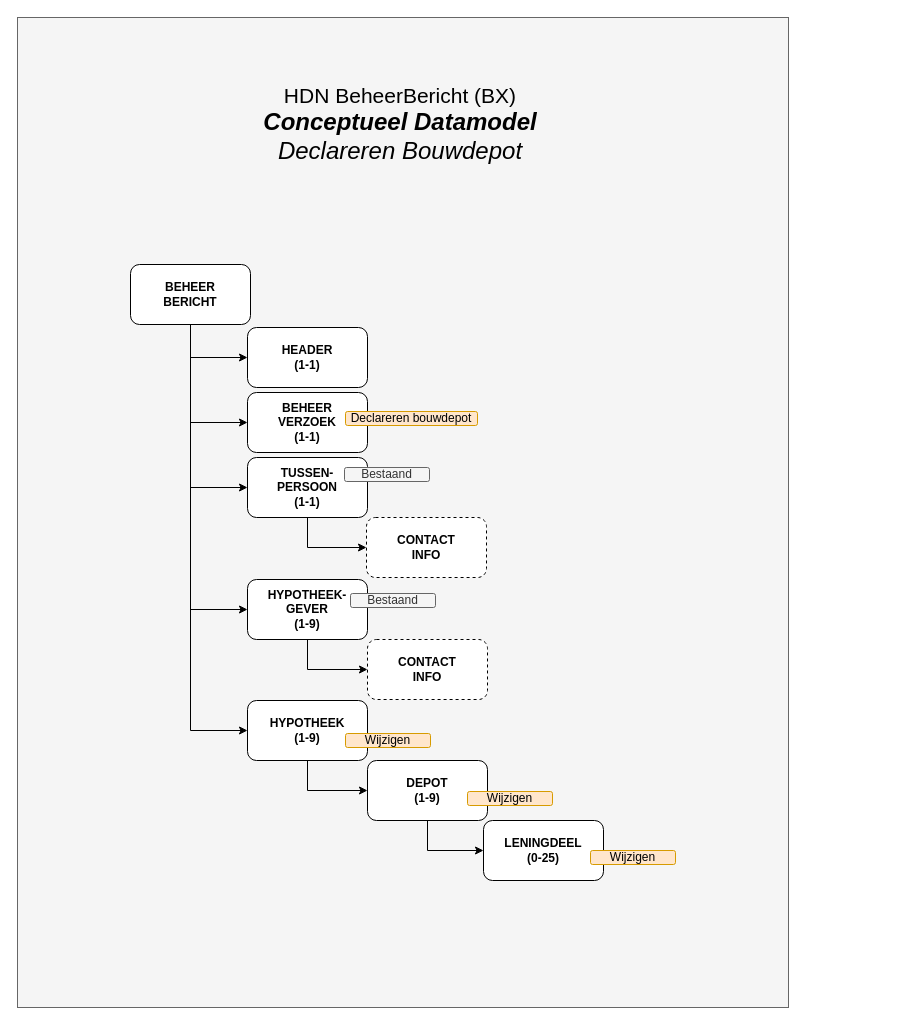
Earlier version of the draw.io diagram page "DataModel DB" (1 of 4) of HDN_BX_MM_BouwdepotDeclaratie.drawio (luchthandel/diagrams). Source tidied: cells renumbered, new cells numbered last; positions are measured from the earlier drawing's top-left corner, leaving out a move shared by most shapes. Both pictures are drawn from the tidied source at 100%, with x=0, y=0 at pixel (17, 17).
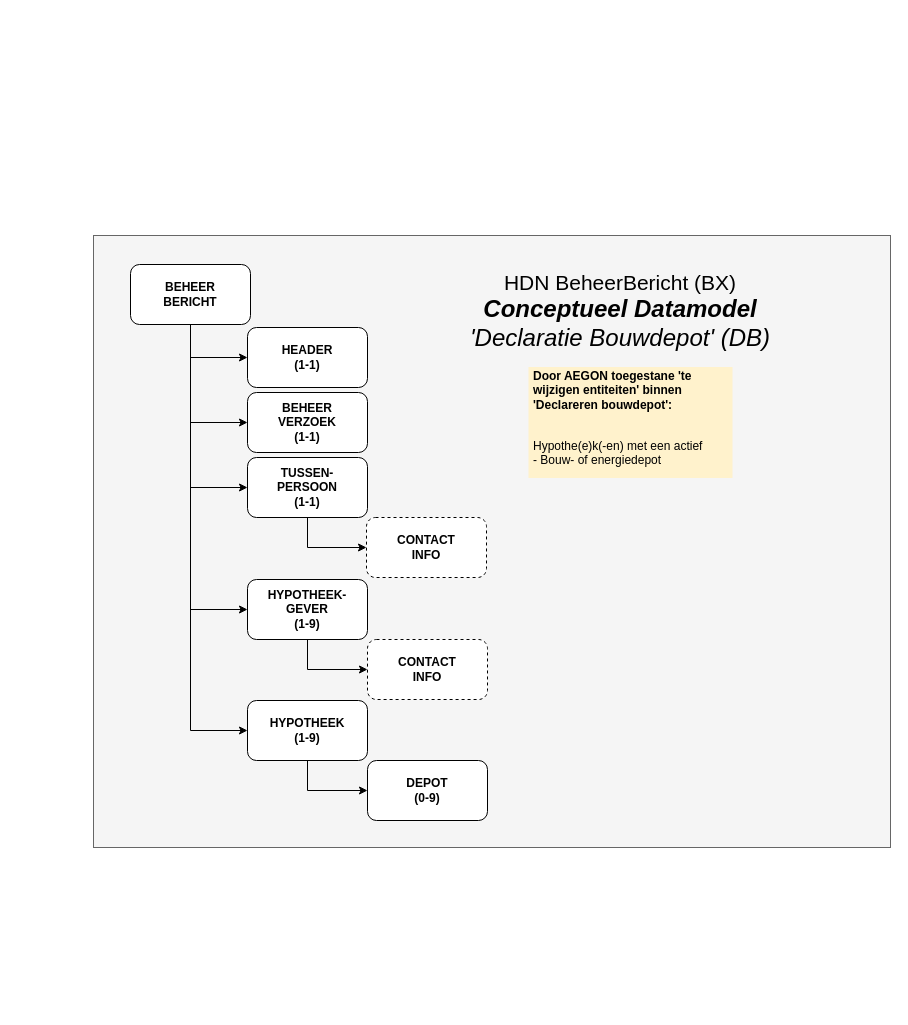
After the change.

What changed in the source:
```diff
@@
-    <mxCell id="2" style="rounded=0;whiteSpace=wrap;html=1;fillColor=#f5f5f5;strokeColor=#666666;fontColor=#333333;labelBackgroundColor=none;" parent="1" vertex="1">
-      <mxGeometry width="771" height="990" as="geometry" />
-    </mxCell>
-    <mxCell id="3" style="edgeStyle=orthogonalEdgeStyle;rounded=0;jettySize=auto;html=1;exitX=0.5;exitY=1;exitDx=0;exitDy=0;entryX=0;entryY=0.5;entryDx=0;entryDy=0;" parent="1" edge="1" source="4" target="5">
-      <mxGeometry relative="1" as="geometry" />
-    </mxCell>
+    <mxCell id="29" style="rounded=0;whiteSpace=wrap;html=1;fillColor=#f5f5f5;strokeColor=#666666;fontColor=#333333;labelBackgroundColor=none;" parent="1" vertex="1">
+      <mxGeometry x="76" y="218" width="797" height="612" as="geometry" />
+    </mxCell>
-    <mxCell id="4" value="DEPOT&lt;br&gt;(1-9)" style="rounded=1;whiteSpace=wrap;html=1;fontStyle=1;" parent="1" vertex="1">
+    <mxCell id="4" value="DEPOT&lt;br&gt;(0-9)" style="rounded=1;whiteSpace=wrap;html=1;fontStyle=1;" parent="1" vertex="1">
       <mxGeometry x="350" y="743" width="120" height="60" as="geometry" />
     </mxCell>
-    <mxCell id="5" value="LENINGDEEL&lt;br&gt;(0-25)" style="rounded=1;whiteSpace=wrap;html=1;fontStyle=1;" parent="1" vertex="1">
-      <mxGeometry x="466" y="803" width="120" height="60" as="geometry" />
-    </mxCell>
@@
-    <mxCell id="20" value="&lt;span style=&quot;font-weight: 400&quot;&gt;Bestaand&lt;/span&gt;" style="rounded=1;whiteSpace=wrap;html=1;fontStyle=1;fillColor=#f5f5f5;strokeColor=#666666;fontColor=#333333;" parent="1" vertex="1">
-      <mxGeometry x="333" y="576" width="85" height="14" as="geometry" />
-    </mxCell>
-    <mxCell id="21" value="&lt;span style=&quot;font-weight: 400&quot;&gt;Wijzigen&lt;/span&gt;" style="rounded=1;whiteSpace=wrap;html=1;fontStyle=1;fillColor=#ffe6cc;strokeColor=#d79b00;" parent="1" vertex="1">
-      <mxGeometry x="328" y="716" width="85" height="14" as="geometry" />
-    </mxCell>
-    <mxCell id="22" value="&lt;span style=&quot;font-weight: 400&quot;&gt;Wijzigen&lt;/span&gt;" style="rounded=1;whiteSpace=wrap;html=1;fontStyle=1;fillColor=#ffe6cc;strokeColor=#d79b00;" parent="1" vertex="1">
-      <mxGeometry x="450" y="774" width="85" height="14" as="geometry" />
-    </mxCell>
-    <mxCell id="23" value="&lt;span style=&quot;font-weight: 400&quot;&gt;Wijzigen&lt;/span&gt;" style="rounded=1;whiteSpace=wrap;html=1;fontStyle=1;fillColor=#ffe6cc;strokeColor=#d79b00;" parent="1" vertex="1">
-      <mxGeometry x="573" y="833" width="85" height="14" as="geometry" />
-    </mxCell>
-    <mxCell id="24" value="&lt;span style=&quot;font-weight: 400&quot;&gt;Declareren bouwdepot&lt;/span&gt;" style="rounded=1;whiteSpace=wrap;html=1;fontStyle=1;fillColor=#ffe6cc;strokeColor=#d79b00;" parent="1" vertex="1">
-      <mxGeometry x="328" y="394" width="132" height="14" as="geometry" />
-    </mxCell>
@@
-    <mxCell id="26" value="&lt;span style=&quot;font-weight: 400&quot;&gt;Bestaand&lt;/span&gt;" style="rounded=1;whiteSpace=wrap;html=1;fontStyle=1;fillColor=#f5f5f5;strokeColor=#666666;fontColor=#333333;" parent="1" vertex="1">
-      <mxGeometry x="327" y="450" width="85" height="14" as="geometry" />
-    </mxCell>
@@
-    <mxCell id="28" value="&lt;font style=&quot;font-size: 21px&quot;&gt;HDN BeheerBericht (BX)&lt;br&gt;&lt;/font&gt;&lt;span style=&quot;font-size: 24px&quot;&gt;&lt;i&gt;&lt;b&gt;Conceptueel Datamodel&lt;/b&gt;&lt;br&gt;Declareren Bouwdepot&lt;br&gt;&lt;/i&gt;&lt;/span&gt;" style="text;html=1;strokeColor=none;fillColor=none;align=center;verticalAlign=middle;whiteSpace=wrap;rounded=0;" parent="1" vertex="1">
-      <mxGeometry y="60" width="766" height="93" as="geometry" />
+    <mxCell id="28" value="&lt;font style=&quot;font-size: 21px&quot;&gt;HDN BeheerBericht (BX)&lt;br&gt;&lt;/font&gt;&lt;span style=&quot;font-size: 24px&quot;&gt;&lt;i&gt;&lt;b&gt;Conceptueel Datamodel&lt;/b&gt;&lt;br&gt;'Declaratie Bouwdepot' (DB)&lt;br&gt;&lt;/i&gt;&lt;/span&gt;" style="text;html=1;strokeColor=none;fillColor=none;align=center;verticalAlign=middle;whiteSpace=wrap;rounded=0;" parent="1" vertex="1">
+      <mxGeometry x="373" y="247" width="460" height="93" as="geometry" />
     </mxCell>
+    <mxCell id="30" value="&lt;p&gt;&lt;b&gt;Door AEGON toegestane 'te wijzigen entiteiten' binnen 'Declareren bouwdepot':&lt;/b&gt;&lt;/p&gt;&lt;p&gt;&lt;b&gt;&lt;br&gt;&lt;/b&gt;Hypothe(e)k(-en) met een actief&lt;br&gt;- Bouw- of energiedepot&lt;/p&gt;" style="text;html=1;fillColor=#fff2cc;spacing=5;spacingTop=-20;whiteSpace=wrap;overflow=hidden;rounded=0;verticalAlign=top;" parent="1" vertex="1">
+      <mxGeometry x="511" y="349.5" width="204" height="111" as="geometry" />
+    </mxCell>
```
